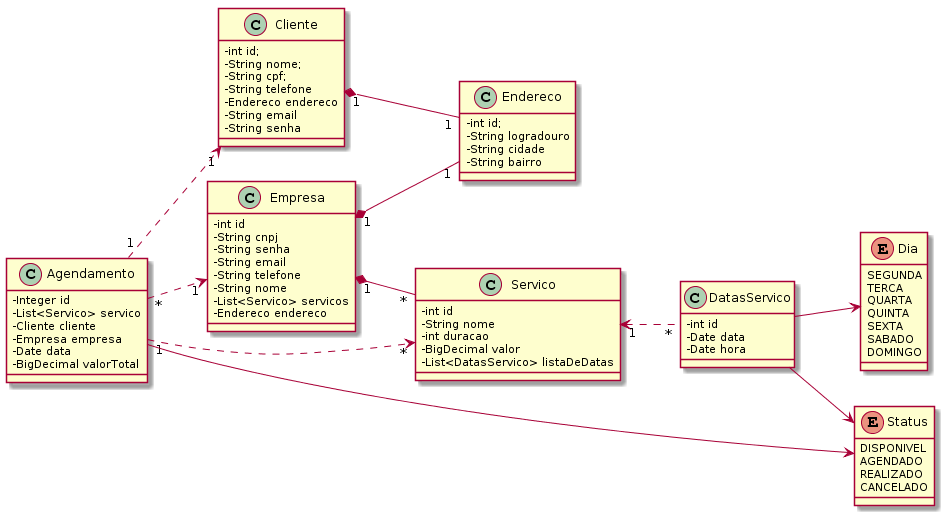
Above: docs/uml/Diagrama-De-Classe-PetShop.png in ifpe-cti/petpalacy (PlantUML), before the change.
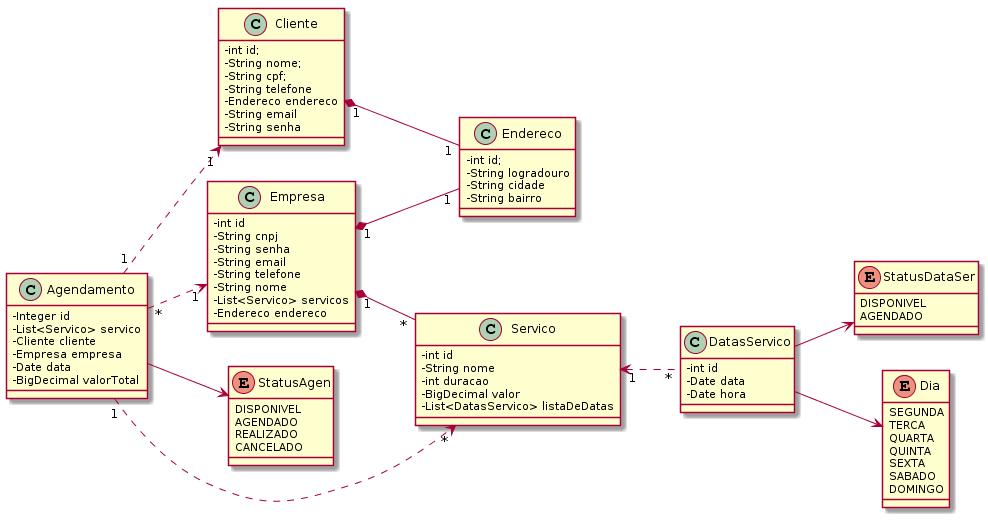
After the change.

Commit message:
Atualização do diagrama png

Change to the diagram source:
```diff
@@ -32,11 +32,15 @@
 -Date data
 -Date hora
 }
-enum Status{
+enum StatusAgen{
     DISPONIVEL
     AGENDADO
     REALIZADO
     CANCELADO
+}
+enum StatusDataSer{
+    DISPONIVEL
+    AGENDADO
 }
 enum Dia{
     SEGUNDA
@@ -76,6 +80,6 @@
 Agendamento "1" ..> "*" Servico
 Servico "1" <.. "*" DatasServico
 DatasServico --> Dia
-DatasServico --> Status
-Agendamento --> Status
+DatasServico --> StatusDataSer
+Agendamento --> StatusAgen
 @enduml
```
